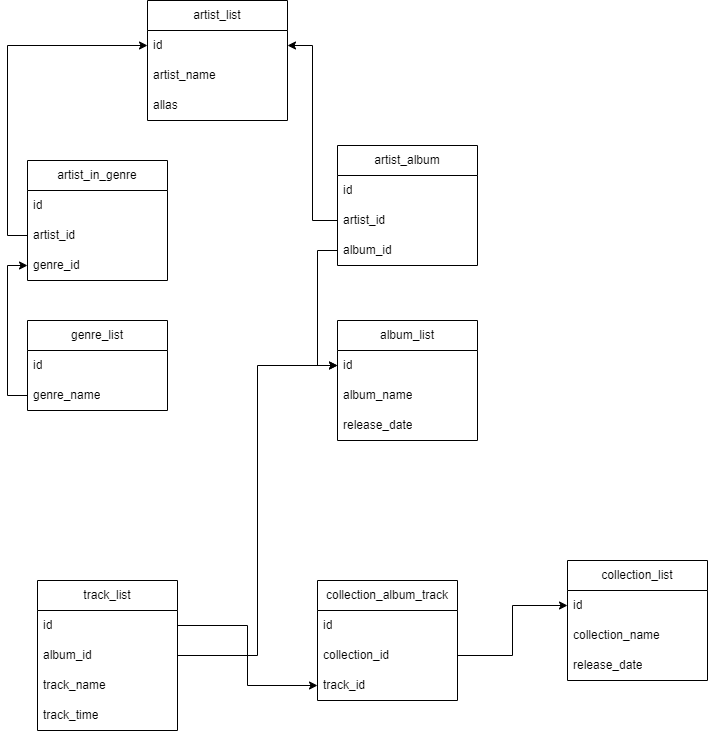
This is task 2.png from Retroman95/DB_HomeWork, a draw.io export, as it was before one commit. Source tidied: cells renumbered, new cells last; positions are measured from the earlier drawing's top-left corner, leaving out a move shared by most shapes.
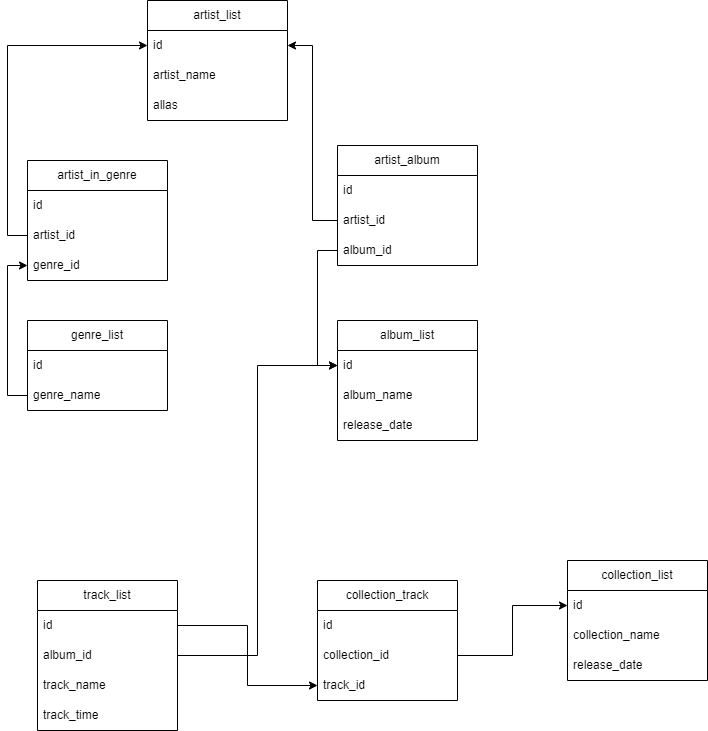
Later version of the same file.

The edit, as a diff of the source:
```diff
@@ -53,7 +53,7 @@
     <mxCell id="18" style="edgeStyle=orthogonalEdgeStyle;rounded=0;jettySize=auto;html=1;entryX=0;entryY=0.5;entryDx=0;entryDy=0;exitX=1;exitY=0.5;exitDx=0;exitDy=0;" parent="1" edge="1" source="21" target="25">
       <mxGeometry relative="1" as="geometry" />
     </mxCell>
-    <mxCell id="19" value="collection_album_track" style="swimlane;fontStyle=0;horizontal=1;startSize=30;whiteSpace=wrap;html=1;" parent="1" vertex="1">
+    <mxCell id="19" value="collection_track" style="swimlane;fontStyle=0;horizontal=1;startSize=30;whiteSpace=wrap;html=1;" parent="1" vertex="1">
       <mxGeometry x="290" y="580" width="140" height="120" as="geometry" />
     </mxCell>
     <mxCell id="20" value="id" style="text;strokeColor=none;fillColor=none;align=left;verticalAlign=middle;spacingLeft=4;spacingRight=4;overflow=hidden;whiteSpace=wrap;html=1;" parent="19" vertex="1">
```
